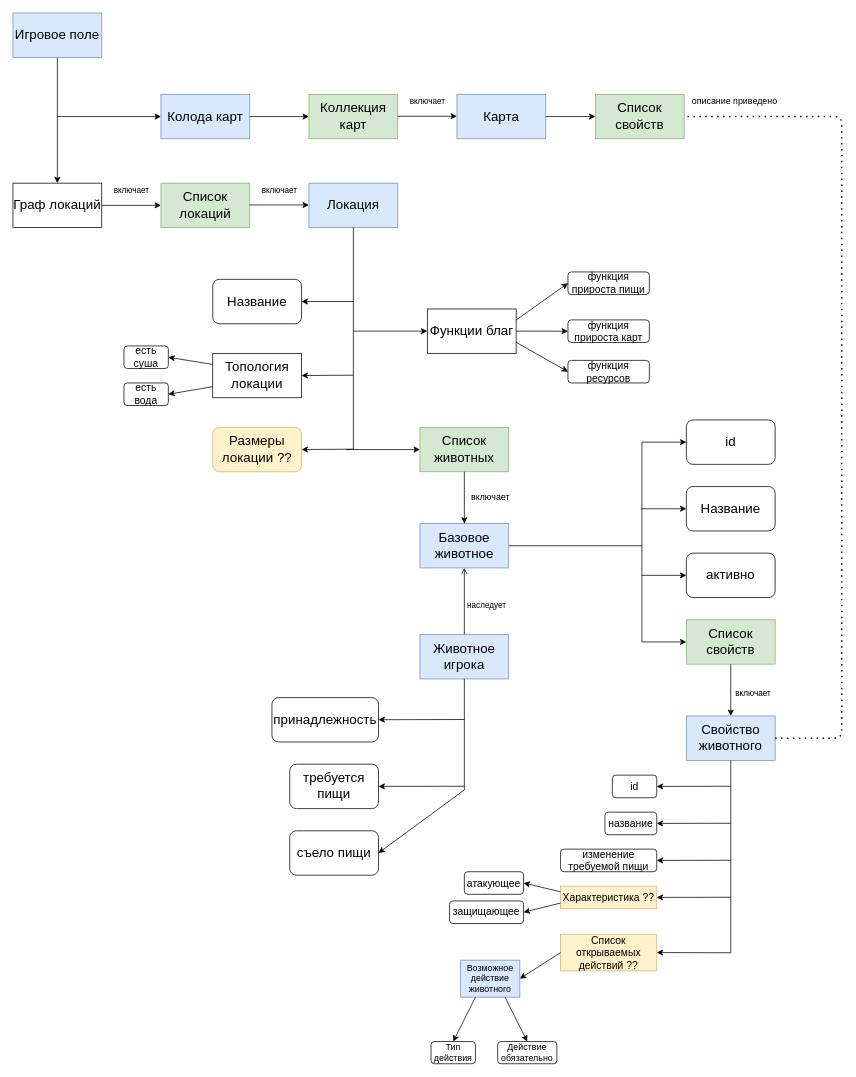
Upgrowth-project/FieldManager keeps this draw.io diagram as docs/utils/struct.drawio. Above is the earlier version. Source tidied: cells renumbered, new cells numbered last; positions are measured from the earlier drawing's top-left corner, leaving out a move shared by most shapes. Both pictures are drawn from the tidied source at 74%, with x=0, y=0 at pixel (13, 13).
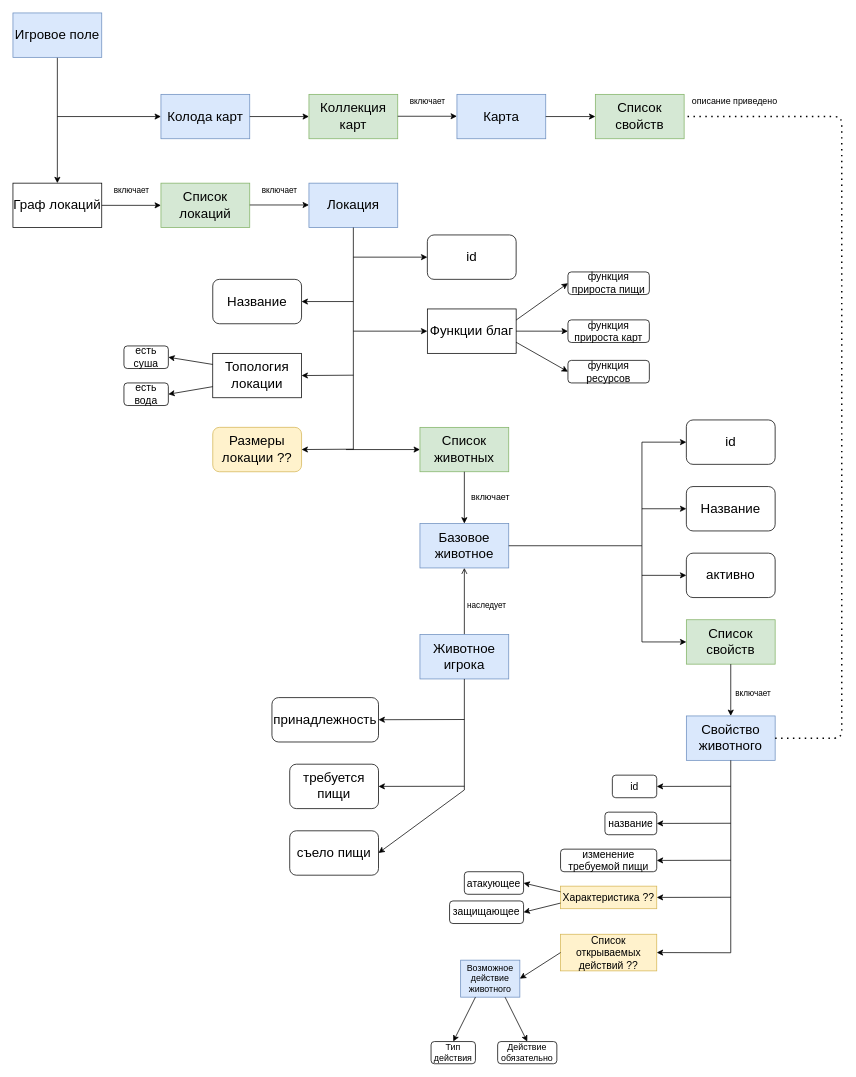
The same diagram, later.

Commit message (it also covers changes not shown here):
upd struct

What changed in the source:
```diff
@@
+    <mxCell id="85" value="&lt;font style=&quot;font-size: 18px&quot;&gt;id&lt;/font&gt;" style="rounded=1;whiteSpace=wrap;html=1;glass=0;" parent="1" vertex="1">
+      <mxGeometry x="560" y="300" width="120" height="60" as="geometry" />
+    </mxCell>
+    <mxCell id="86" style="endArrow=classic;html=1;entryX=0;entryY=0.5;entryDx=0;entryDy=0;" parent="1" edge="1" target="85">
+      <mxGeometry relative="1" as="geometry">
+        <mxPoint x="460" y="330" as="sourcePoint" />
+      </mxGeometry>
+    </mxCell>
```
